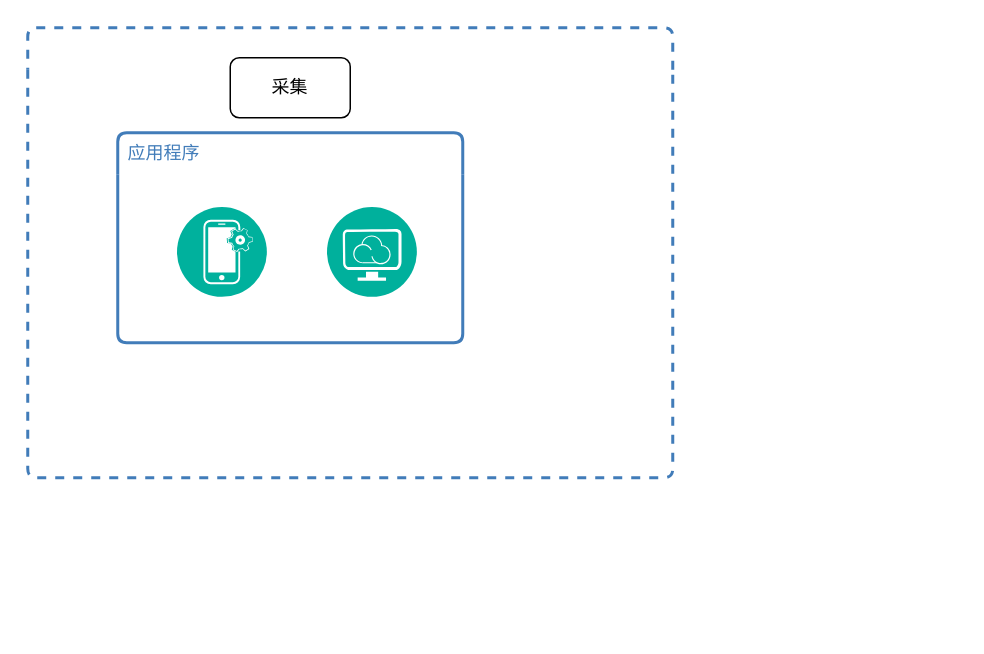
youzhanghao/youzhanghao.github.io keeps this draw.io diagram as _posts/Untitled Diagram.drawio. Above is the earlier version. Source tidied: cells renumbered, new cells numbered last; positions are measured from the earlier drawing's top-left corner, leaving out a move shared by most shapes. Both pictures are drawn from the tidied source at 150%, with x=0, y=0 at pixel (27, 27). Pictures stored in the file or linked from it are replaced by grey dashed boxes.
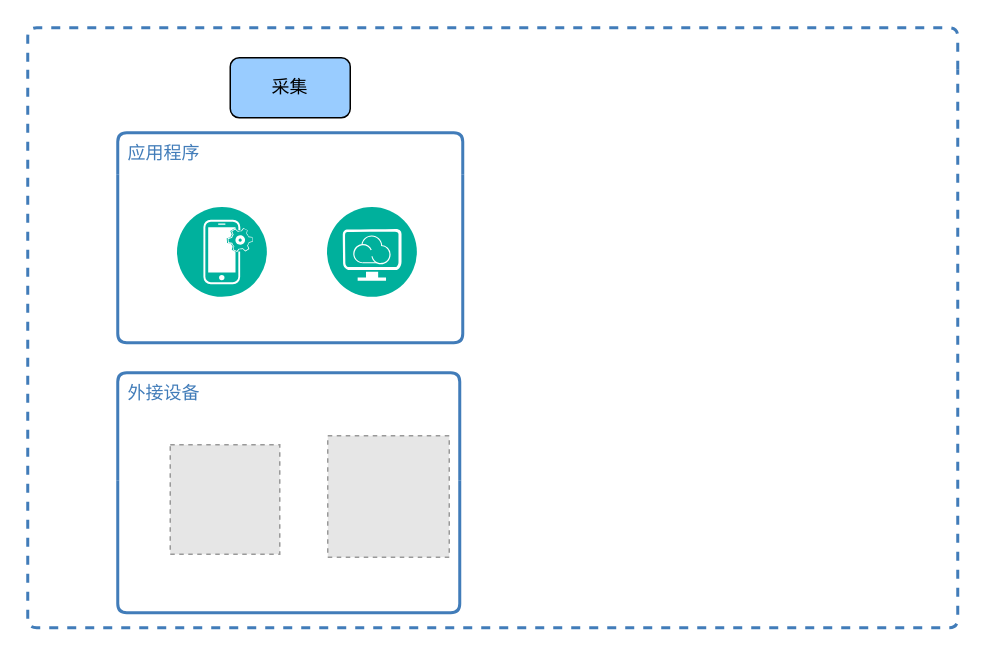
Above is the later version.

Change to the diagram source:
```diff
@@
 <mxGraphModel background="#ffffff">
   <root>
     <mxCell id="0" />
     <mxCell id="1" parent="0" />
     <mxCell id="2" style="swimlane;fontStyle=0;horizontal=1;startSize=28;swimlaneLine=0;swimlaneFillColor=none;fillColor=none;rounded=1;whiteSpace=wrap;html=1;absoluteArcSize=1;arcSize=12;strokeColor=#417CB9;fillColor=none;fontColor=#417CB9;verticalAlign=top;align=left;spacingLeft=5;dashed=1;strokeWidth=2;" parent="1" vertex="1">
-      <mxGeometry width="430" height="300" as="geometry" />
+      <mxGeometry width="620" height="400" as="geometry" />
     </mxCell>
     <mxCell id="3" value="应用程序" style="swimlane;fontStyle=0;horizontal=1;startSize=28;swimlaneLine=0;swimlaneFillColor=none;fillColor=none;rounded=1;whiteSpace=wrap;html=1;absoluteArcSize=1;arcSize=12;strokeColor=#417CB9;fontColor=#417CB9;verticalAlign=top;align=left;spacingLeft=5;dashed=0;strokeWidth=2;" parent="2" vertex="1">
       <mxGeometry x="60" y="70" width="230" height="140" as="geometry" />
     </mxCell>
     <mxCell id="4" style="perimeter=ellipsePerimeter;html=1;align=center;shadow=0;dashed=0;image;image=img/lib/ibm/management/device_management.svg;" parent="3" vertex="1">
       <mxGeometry x="40" y="50" width="60" height="60" as="geometry" />
     </mxCell>
     <mxCell id="5" style="perimeter=ellipsePerimeter;html=1;align=center;shadow=0;dashed=0;image;image=img/lib/ibm/management/provider_cloud_portal_service.svg;" parent="3" vertex="1">
       <mxGeometry x="140" y="50" width="60" height="60" as="geometry" />
     </mxCell>
-    <mxCell id="6" value="采集" style="rounded=1;whiteSpace=wrap;html=1;" parent="2" vertex="1">
+    <mxCell id="6" value="采集" style="rounded=1;whiteSpace=wrap;html=1;strokeColor=#000000;fillColor=#99CCFF;" parent="2" vertex="1">
       <mxGeometry x="135" y="20" width="80" height="40" as="geometry" />
     </mxCell>
+    <mxCell id="7" value="外接设备" style="swimlane;fontStyle=0;horizontal=1;startSize=72;swimlaneLine=0;swimlaneFillColor=none;fillColor=none;rounded=1;whiteSpace=wrap;html=1;absoluteArcSize=1;arcSize=12;strokeColor=#417CB9;fontColor=#417CB9;verticalAlign=top;align=left;spacingLeft=5;dashed=0;strokeWidth=2;" parent="2" vertex="1">
+      <mxGeometry x="60" y="230" width="228" height="160" as="geometry" />
+    </mxCell>
+    <mxCell id="8" style="fillColor=#E6E6E6;strokeColor=#999999;dashed=1;html=1;verticalAlign=top;verticalLabelPosition=bottom;labelBackgroundColor=#ffffff;" parent="7" vertex="1">
+      <mxGeometry x="35" y="48" width="73" height="73" as="geometry" />
+    </mxCell>
+    <mxCell id="9" style="fillColor=#E6E6E6;strokeColor=#999999;dashed=1;html=1;verticalAlign=top;verticalLabelPosition=bottom;labelBackgroundColor=#ffffff;" parent="7" vertex="1">
+      <mxGeometry x="140" y="42" width="81" height="81" as="geometry" />
+    </mxCell>
   </root>
 </mxGraphModel>
```
